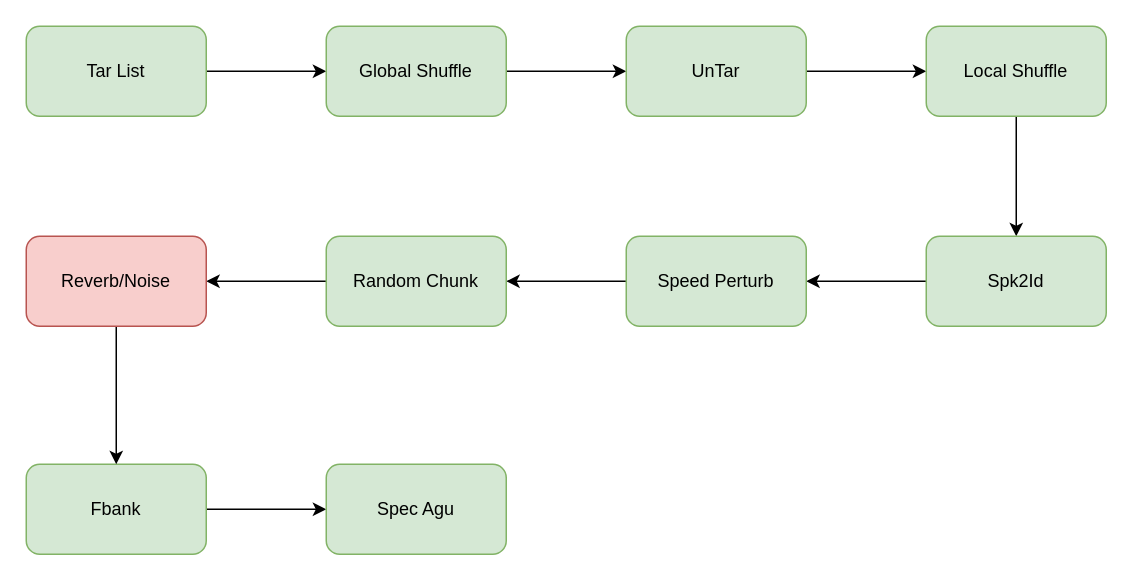
Before: wespeaker_io.drawio in robin1001/draw.io, a draw.io diagram. Source tidied: cells renumbered, new cells numbered last; positions are measured from the earlier drawing's top-left corner, leaving out a move shared by most shapes. Both pictures are drawn from the tidied source at 150%, with x=0, y=0 at pixel (26, 26).
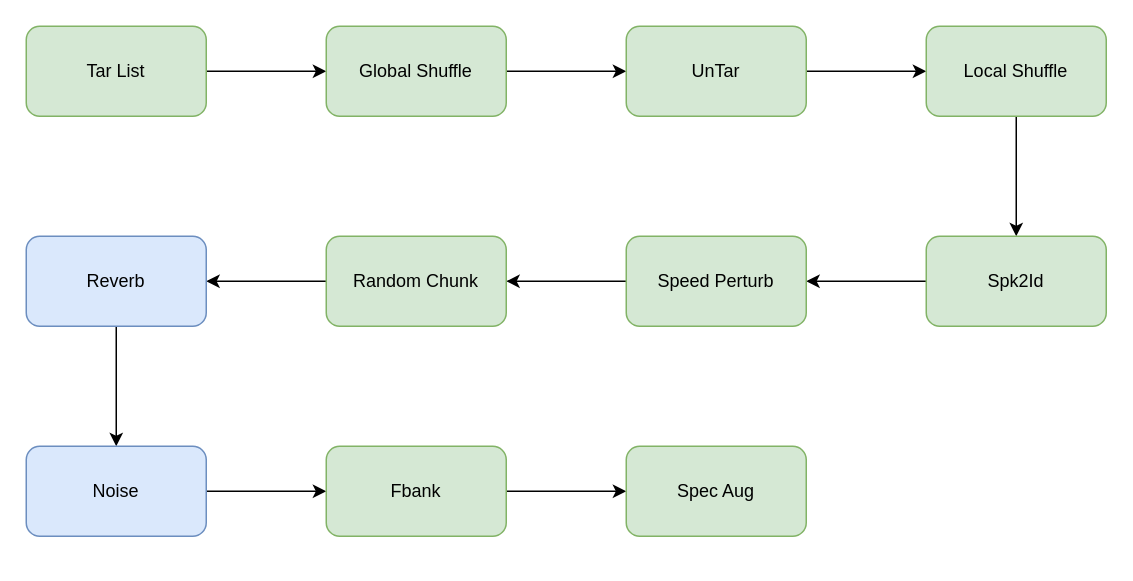
The same page after the edit.

Diff of the diagram source:
```diff
@@
-    <mxCell id="10" style="edgeStyle=orthogonalEdgeStyle;rounded=0;jettySize=auto;html=1;" parent="1" edge="1" source="11" target="20">
-      <mxGeometry relative="1" as="geometry" />
-    </mxCell>
-    <mxCell id="11" value="Fbank" style="whiteSpace=wrap;html=1;fillColor=#d5e8d4;strokeColor=#82b366;rounded=1;" parent="1" vertex="1">
-      <mxGeometry y="292" width="120" height="60" as="geometry" />
-    </mxCell>
@@
-    <mxCell id="18" style="edgeStyle=orthogonalEdgeStyle;rounded=0;jettySize=auto;html=1;" parent="1" edge="1" source="19" target="11">
-      <mxGeometry relative="1" as="geometry" />
-    </mxCell>
+    <mxCell id="21" style="edgeStyle=orthogonalEdgeStyle;rounded=0;jettySize=auto;html=1;" parent="1" edge="1" source="19" target="23">
+      <mxGeometry relative="1" as="geometry" />
+    </mxCell>
-    <mxCell id="19" value="Reverb/Noise" style="whiteSpace=wrap;html=1;fillColor=#f8cecc;strokeColor=#b85450;rounded=1;" parent="1" vertex="1">
+    <mxCell id="19" value="Reverb" style="whiteSpace=wrap;html=1;fillColor=#dae8fc;strokeColor=#6c8ebf;rounded=1;" parent="1" vertex="1">
       <mxGeometry y="140" width="120" height="60" as="geometry" />
     </mxCell>
-    <mxCell id="20" value="Spec Agu" style="whiteSpace=wrap;html=1;fillColor=#d5e8d4;strokeColor=#82b366;rounded=1;" parent="1" vertex="1">
-      <mxGeometry x="200" y="292" width="120" height="60" as="geometry" />
-    </mxCell>
+    <mxCell id="22" style="edgeStyle=orthogonalEdgeStyle;rounded=0;jettySize=auto;html=1;" parent="1" edge="1" source="23" target="11">
+      <mxGeometry relative="1" as="geometry" />
+    </mxCell>
+    <mxCell id="23" value="Noise" style="whiteSpace=wrap;html=1;fillColor=#dae8fc;strokeColor=#6c8ebf;rounded=1;" parent="1" vertex="1">
+      <mxGeometry y="280" width="120" height="60" as="geometry" />
+    </mxCell>
+    <mxCell id="24" style="edgeStyle=orthogonalEdgeStyle;rounded=0;jettySize=auto;html=1;" parent="1" edge="1" source="11" target="25">
+      <mxGeometry relative="1" as="geometry" />
+    </mxCell>
+    <mxCell id="11" value="Fbank" style="whiteSpace=wrap;html=1;fillColor=#d5e8d4;strokeColor=#82b366;rounded=1;" parent="1" vertex="1">
+      <mxGeometry x="200" y="280" width="120" height="60" as="geometry" />
+    </mxCell>
+    <mxCell id="25" value="Spec Aug" style="whiteSpace=wrap;html=1;fillColor=#d5e8d4;strokeColor=#82b366;rounded=1;" parent="1" vertex="1">
+      <mxGeometry x="400" y="280" width="120" height="60" as="geometry" />
+    </mxCell>
```
